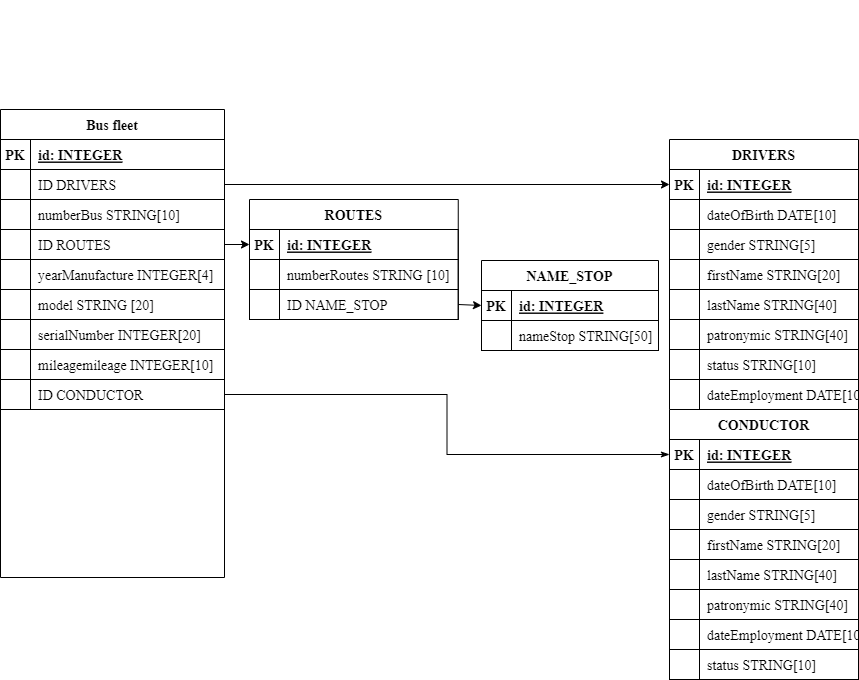
KvShe/Homework_1.db keeps this draw.io diagram as Homework_1.drawio.png. Above is the earlier version. Source tidied: cells renumbered, new cells last; positions are measured from the earlier drawing's top-left corner, leaving out a move shared by most shapes.
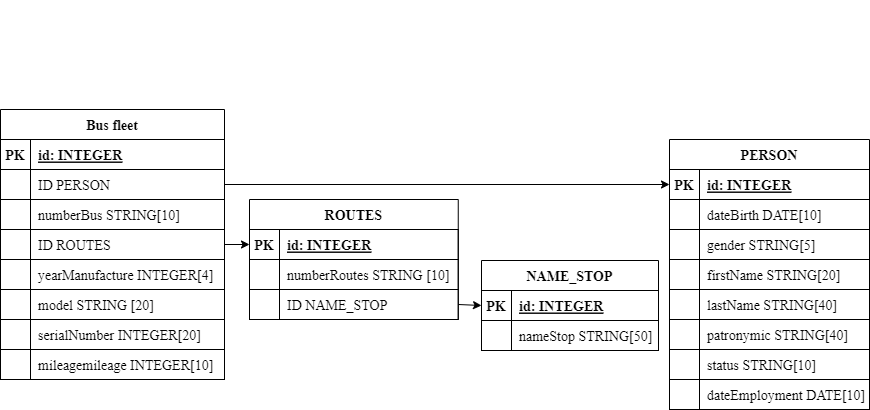
The same file after the commit.

Commit message:
changed the block diagram

Diff of the diagram source:
```diff
@@ -3,7 +3,7 @@
     <mxCell id="0" />
     <mxCell id="1" parent="0" />
     <mxCell id="2" value="Bus fleet" style="shape=table;startSize=30;rowLines=0;fontStyle=1;align=center;rounded=0;fontFamily=Times New Roman;fontSize=14;" parent="1" vertex="1">
-      <mxGeometry y="109" width="224" height="468" as="geometry" />
+      <mxGeometry y="109" width="224" height="270" as="geometry" />
     </mxCell>
     <mxCell id="3" style="shape=tableRow;horizontal=0;startSize=0;swimlaneHead=0;swimlaneBody=0;fillColor=none;top=0;left=0;right=0;bottom=1;rounded=0;fontFamily=Times New Roman;fontSize=14;" parent="2" vertex="1">
       <mxGeometry y="30" width="224" height="30" as="geometry" />
@@ -20,7 +20,7 @@
     <mxCell id="7" style="shape=partialRectangle;fillColor=none;top=0;left=0;bottom=0;right=0;overflow=hidden;rounded=0;fontFamily=Times New Roman;fontSize=14;" parent="6" vertex="1">
       <mxGeometry width="30" height="30" as="geometry" />
     </mxCell>
-    <mxCell id="8" value="ID DRIVERS" style="shape=partialRectangle;fillColor=none;top=0;left=0;bottom=0;right=0;align=left;spacingLeft=6;overflow=hidden;rounded=0;fontFamily=Times New Roman;fontSize=14;" parent="6" vertex="1">
+    <mxCell id="8" value="ID PERSON" style="shape=partialRectangle;fillColor=none;top=0;left=0;bottom=0;right=0;align=left;spacingLeft=6;overflow=hidden;rounded=0;fontFamily=Times New Roman;fontSize=14;" parent="6" vertex="1">
       <mxGeometry x="30" width="194" height="30" as="geometry" />
     </mxCell>
     <mxCell id="9" style="shape=tableRow;horizontal=0;startSize=0;swimlaneHead=0;swimlaneBody=0;fillColor=none;top=0;left=0;right=0;bottom=0;rounded=0;fontFamily=Times New Roman;fontSize=14;" parent="2" vertex="1">
@@ -77,171 +77,87 @@
     <mxCell id="26" value="mileagemileage INTEGER[10]" style="shape=partialRectangle;fillColor=none;top=0;left=0;bottom=0;right=0;align=left;spacingLeft=6;overflow=hidden;rounded=0;fontFamily=Times New Roman;fontSize=14;" parent="24" vertex="1">
       <mxGeometry x="30" width="194" height="30" as="geometry" />
     </mxCell>
-    <mxCell id="27" style="shape=tableRow;horizontal=0;startSize=0;swimlaneHead=0;swimlaneBody=0;fillColor=none;points=[[0,0.5],[1,0.5]];portConstraint=eastwest;top=0;left=0;right=0;bottom=0;rounded=0;fontFamily=Times New Roman;fontSize=14;" parent="2" vertex="1">
-      <mxGeometry y="270" width="224" height="30" as="geometry" />
-    </mxCell>
-    <mxCell id="28" style="shape=partialRectangle;fillColor=none;top=0;left=0;bottom=0;right=0;overflow=hidden;rounded=0;fontFamily=Times New Roman;fontSize=14;" parent="27" vertex="1">
-      <mxGeometry width="30" height="30" as="geometry" />
-    </mxCell>
-    <mxCell id="29" value="ID CONDUCTOR" style="shape=partialRectangle;fillColor=none;top=0;left=0;bottom=0;right=0;align=left;spacingLeft=6;overflow=hidden;rounded=0;fontFamily=Times New Roman;fontSize=14;" parent="27" vertex="1">
-      <mxGeometry x="30" width="194" height="30" as="geometry" />
-    </mxCell>
     <mxCell id="30" value="&lt;b id=&quot;docs-internal-guid-15a0fce8-7fff-61ca-ccd8-ccde42171840&quot; style=&quot;font-weight: normal ; font-size: 14px&quot;&gt;&lt;span style=&quot;font-size: 14px ; background-color: transparent ; font-weight: 400 ; font-style: normal ; font-variant: normal ; text-decoration: none ; vertical-align: baseline&quot;&gt;&lt;font color=&quot;#ffffff&quot;&gt;Составить таблицы для хранения информации об общественном транспорте. Можно на примере автобусов. Не нужно уходить сильно глубоко, попробуйте сначала сделать на уровне – у нас есть автобусы на разных маршрутах, у автобуса есть водитель, также в автобусе работает кондуктор. Глубже этого уровня пока лучше не уходить&lt;/font&gt;&lt;/span&gt;&lt;/b&gt;" style="text;whiteSpace=wrap;html=1;rounded=0;fontFamily=Times New Roman;fontSize=14;" parent="1" vertex="1">
       <mxGeometry width="550" height="90" as="geometry" />
     </mxCell>
-    <mxCell id="31" value="DRIVERS" style="shape=table;startSize=30;rowLines=0;fontStyle=1;align=center;rounded=0;fontFamily=Times New Roman;fontSize=14;" parent="1" vertex="1">
-      <mxGeometry x="669" y="139" width="189" height="270" as="geometry" />
+    <mxCell id="31" value="PERSON" style="shape=table;startSize=30;rowLines=0;fontStyle=1;align=center;rounded=0;fontFamily=Times New Roman;fontSize=14;" parent="1" vertex="1">
+      <mxGeometry x="669" y="139" width="200" height="270" as="geometry" />
     </mxCell>
     <mxCell id="32" style="shape=tableRow;horizontal=0;startSize=0;swimlaneHead=0;swimlaneBody=0;fillColor=none;points=[[0,0.5],[1,0.5]];portConstraint=eastwest;top=0;left=0;right=0;bottom=1;rounded=0;fontFamily=Times New Roman;fontSize=14;" parent="31" vertex="1">
-      <mxGeometry y="30" width="189" height="30" as="geometry" />
+      <mxGeometry y="30" width="200" height="30" as="geometry" />
     </mxCell>
     <mxCell id="33" value="PK" style="shape=partialRectangle;fillColor=none;top=0;left=0;bottom=0;right=0;fontStyle=1;overflow=hidden;rounded=0;fontFamily=Times New Roman;fontSize=14;" parent="32" vertex="1">
       <mxGeometry width="30" height="30" as="geometry" />
     </mxCell>
     <mxCell id="34" value="id: INTEGER" style="shape=partialRectangle;fillColor=none;top=0;left=0;bottom=0;right=0;align=left;spacingLeft=6;fontStyle=5;overflow=hidden;rounded=0;fontFamily=Times New Roman;fontSize=14;" parent="32" vertex="1">
-      <mxGeometry x="30" width="159" height="30" as="geometry" />
+      <mxGeometry x="30" width="170" height="30" as="geometry" />
     </mxCell>
     <mxCell id="35" style="shape=tableRow;horizontal=0;startSize=0;swimlaneHead=0;swimlaneBody=0;fillColor=none;top=0;left=0;right=0;bottom=0;rounded=0;fontFamily=Times New Roman;fontSize=14;" parent="31" vertex="1">
-      <mxGeometry y="60" width="189" height="30" as="geometry" />
+      <mxGeometry y="60" width="200" height="30" as="geometry" />
     </mxCell>
     <mxCell id="36" style="shape=partialRectangle;fillColor=none;top=0;left=0;bottom=0;right=0;overflow=hidden;rounded=0;fontFamily=Times New Roman;fontSize=14;" parent="35" vertex="1">
       <mxGeometry width="30" height="30" as="geometry" />
     </mxCell>
-    <mxCell id="37" value="dateOfBirth DATE[10]" style="shape=partialRectangle;fillColor=none;top=0;left=0;bottom=0;right=0;align=left;spacingLeft=6;overflow=hidden;rounded=0;fontFamily=Times New Roman;fontSize=14;" parent="35" vertex="1">
-      <mxGeometry x="30" width="159" height="30" as="geometry" />
+    <mxCell id="37" value="dateBirth DATE[10]" style="shape=partialRectangle;fillColor=none;top=0;left=0;bottom=0;right=0;align=left;spacingLeft=6;overflow=hidden;rounded=0;fontFamily=Times New Roman;fontSize=14;" parent="35" vertex="1">
+      <mxGeometry x="30" width="170" height="30" as="geometry" />
     </mxCell>
     <mxCell id="38" style="shape=tableRow;horizontal=0;startSize=0;swimlaneHead=0;swimlaneBody=0;fillColor=none;top=0;left=0;right=0;bottom=0;rounded=0;fontFamily=Times New Roman;fontSize=14;" parent="31" vertex="1">
-      <mxGeometry y="90" width="189" height="30" as="geometry" />
+      <mxGeometry y="90" width="200" height="30" as="geometry" />
     </mxCell>
     <mxCell id="39" style="shape=partialRectangle;fillColor=none;top=0;left=0;bottom=0;right=0;overflow=hidden;rounded=0;fontFamily=Times New Roman;fontSize=14;" parent="38" vertex="1">
       <mxGeometry width="30" height="30" as="geometry" />
     </mxCell>
     <mxCell id="40" value="gender STRING[5]" style="shape=partialRectangle;fillColor=none;top=0;left=0;bottom=0;right=0;align=left;spacingLeft=6;overflow=hidden;rounded=0;fontFamily=Times New Roman;fontSize=14;" parent="38" vertex="1">
-      <mxGeometry x="30" width="159" height="30" as="geometry" />
+      <mxGeometry x="30" width="170" height="30" as="geometry" />
     </mxCell>
     <mxCell id="41" style="shape=tableRow;horizontal=0;startSize=0;swimlaneHead=0;swimlaneBody=0;fillColor=none;top=0;left=0;right=0;bottom=0;rounded=0;fontFamily=Times New Roman;fontSize=14;" parent="31" vertex="1">
-      <mxGeometry y="120" width="189" height="30" as="geometry" />
+      <mxGeometry y="120" width="200" height="30" as="geometry" />
     </mxCell>
     <mxCell id="42" style="shape=partialRectangle;fillColor=none;top=0;left=0;bottom=0;right=0;overflow=hidden;rounded=0;fontFamily=Times New Roman;fontSize=14;" parent="41" vertex="1">
       <mxGeometry width="30" height="30" as="geometry" />
     </mxCell>
     <mxCell id="43" value="firstName STRING[20]" style="shape=partialRectangle;fillColor=none;top=0;left=0;bottom=0;right=0;align=left;spacingLeft=6;overflow=hidden;rounded=0;fontFamily=Times New Roman;fontSize=14;" parent="41" vertex="1">
-      <mxGeometry x="30" width="159" height="30" as="geometry" />
+      <mxGeometry x="30" width="170" height="30" as="geometry" />
     </mxCell>
     <mxCell id="44" style="shape=tableRow;horizontal=0;startSize=0;swimlaneHead=0;swimlaneBody=0;fillColor=none;top=0;left=0;right=0;bottom=0;rounded=0;fontFamily=Times New Roman;fontSize=14;" parent="31" vertex="1">
-      <mxGeometry y="150" width="189" height="30" as="geometry" />
+      <mxGeometry y="150" width="200" height="30" as="geometry" />
     </mxCell>
     <mxCell id="45" style="shape=partialRectangle;fillColor=none;top=0;left=0;bottom=0;right=0;overflow=hidden;rounded=0;fontFamily=Times New Roman;fontSize=14;" parent="44" vertex="1">
       <mxGeometry width="30" height="30" as="geometry" />
     </mxCell>
     <mxCell id="46" value="lastName STRING[40]" style="shape=partialRectangle;fillColor=none;top=0;left=0;bottom=0;right=0;align=left;spacingLeft=6;overflow=hidden;rounded=0;fontFamily=Times New Roman;fontSize=14;" parent="44" vertex="1">
-      <mxGeometry x="30" width="159" height="30" as="geometry" />
+      <mxGeometry x="30" width="170" height="30" as="geometry" />
     </mxCell>
     <mxCell id="47" style="shape=tableRow;horizontal=0;startSize=0;swimlaneHead=0;swimlaneBody=0;fillColor=none;top=0;left=0;right=0;bottom=0;rounded=0;fontFamily=Times New Roman;fontSize=14;" parent="31" vertex="1">
-      <mxGeometry y="180" width="189" height="30" as="geometry" />
+      <mxGeometry y="180" width="200" height="30" as="geometry" />
     </mxCell>
     <mxCell id="48" style="shape=partialRectangle;fillColor=none;top=0;left=0;bottom=0;right=0;overflow=hidden;rounded=0;fontFamily=Times New Roman;fontSize=14;" parent="47" vertex="1">
       <mxGeometry width="30" height="30" as="geometry" />
     </mxCell>
     <mxCell id="49" value="patronymic STRING[40]" style="shape=partialRectangle;fillColor=none;top=0;left=0;bottom=0;right=0;align=left;spacingLeft=6;overflow=hidden;rounded=0;fontFamily=Times New Roman;fontSize=14;" parent="47" vertex="1">
-      <mxGeometry x="30" width="159" height="30" as="geometry" />
+      <mxGeometry x="30" width="170" height="30" as="geometry" />
     </mxCell>
     <mxCell id="50" style="shape=tableRow;horizontal=0;startSize=0;swimlaneHead=0;swimlaneBody=0;fillColor=none;top=0;left=0;right=0;bottom=0;rounded=0;fontFamily=Times New Roman;fontSize=14;" parent="31" vertex="1">
-      <mxGeometry y="210" width="189" height="30" as="geometry" />
+      <mxGeometry y="210" width="200" height="30" as="geometry" />
     </mxCell>
     <mxCell id="51" style="shape=partialRectangle;fillColor=none;top=0;left=0;bottom=0;right=0;overflow=hidden;rounded=0;fontFamily=Times New Roman;fontSize=14;" parent="50" vertex="1">
       <mxGeometry width="30" height="30" as="geometry" />
     </mxCell>
     <mxCell id="52" value="status STRING[10]" style="shape=partialRectangle;fillColor=none;top=0;left=0;bottom=0;right=0;align=left;spacingLeft=6;overflow=hidden;rounded=0;fontFamily=Times New Roman;fontSize=14;" parent="50" vertex="1">
-      <mxGeometry x="30" width="159" height="30" as="geometry" />
+      <mxGeometry x="30" width="170" height="30" as="geometry" />
     </mxCell>
     <mxCell id="53" style="shape=tableRow;horizontal=0;startSize=0;swimlaneHead=0;swimlaneBody=0;fillColor=none;top=0;left=0;right=0;bottom=0;rounded=0;fontFamily=Times New Roman;fontSize=14;" parent="31" vertex="1">
-      <mxGeometry y="240" width="189" height="30" as="geometry" />
+      <mxGeometry y="240" width="200" height="30" as="geometry" />
     </mxCell>
     <mxCell id="54" style="shape=partialRectangle;fillColor=none;top=0;left=0;bottom=0;right=0;overflow=hidden;rounded=0;fontFamily=Times New Roman;fontSize=14;" parent="53" vertex="1">
       <mxGeometry width="30" height="30" as="geometry" />
     </mxCell>
     <mxCell id="55" value="dateEmployment DATE[10]" style="shape=partialRectangle;fillColor=none;top=0;left=0;bottom=0;right=0;align=left;spacingLeft=6;overflow=hidden;rounded=0;fontFamily=Times New Roman;fontSize=14;" parent="53" vertex="1">
-      <mxGeometry x="30" width="159" height="30" as="geometry" />
+      <mxGeometry x="30" width="170" height="30" as="geometry" />
     </mxCell>
     <mxCell id="56" style="shape=partialRectangle;fillColor=none;top=0;left=0;bottom=0;right=0;overflow=hidden;rounded=0;fontFamily=Times New Roman;fontSize=14;" parent="1" vertex="1">
       <mxGeometry y="260" width="30" height="30" as="geometry" />
     </mxCell>
-    <mxCell id="57" value="CONDUCTOR" style="shape=table;startSize=30;rowLines=0;fontStyle=1;align=center;rounded=0;fontFamily=Times New Roman;fontSize=14;" parent="1" vertex="1">
-      <mxGeometry x="669" y="409" width="189" height="270" as="geometry" />
-    </mxCell>
-    <mxCell id="58" style="shape=tableRow;horizontal=0;startSize=0;swimlaneHead=0;swimlaneBody=0;fillColor=none;points=[[0,0.5],[1,0.5]];portConstraint=eastwest;top=0;left=0;right=0;bottom=1;rounded=0;fontFamily=Times New Roman;fontSize=14;" parent="57" vertex="1">
-      <mxGeometry y="30" width="189" height="30" as="geometry" />
-    </mxCell>
-    <mxCell id="59" value="PK" style="shape=partialRectangle;fillColor=none;top=0;left=0;bottom=0;right=0;fontStyle=1;overflow=hidden;rounded=0;fontFamily=Times New Roman;fontSize=14;" parent="58" vertex="1">
-      <mxGeometry width="30" height="30" as="geometry" />
-    </mxCell>
-    <mxCell id="60" value="id: INTEGER" style="shape=partialRectangle;fillColor=none;top=0;left=0;bottom=0;right=0;align=left;spacingLeft=6;fontStyle=5;overflow=hidden;rounded=0;fontFamily=Times New Roman;fontSize=14;" parent="58" vertex="1">
-      <mxGeometry x="30" width="159" height="30" as="geometry" />
-    </mxCell>
-    <mxCell id="61" style="shape=tableRow;horizontal=0;startSize=0;swimlaneHead=0;swimlaneBody=0;fillColor=none;top=0;left=0;right=0;bottom=0;rounded=0;fontFamily=Times New Roman;fontSize=14;" parent="57" vertex="1">
-      <mxGeometry y="60" width="189" height="30" as="geometry" />
-    </mxCell>
-    <mxCell id="62" style="shape=partialRectangle;fillColor=none;top=0;left=0;bottom=0;right=0;overflow=hidden;rounded=0;fontFamily=Times New Roman;fontSize=14;" parent="61" vertex="1">
-      <mxGeometry width="30" height="30" as="geometry" />
-    </mxCell>
-    <mxCell id="63" value="dateOfBirth DATE[10]" style="shape=partialRectangle;fillColor=none;top=0;left=0;bottom=0;right=0;align=left;spacingLeft=6;overflow=hidden;rounded=0;fontFamily=Times New Roman;fontSize=14;" parent="61" vertex="1">
-      <mxGeometry x="30" width="159" height="30" as="geometry" />
-    </mxCell>
-    <mxCell id="64" style="shape=tableRow;horizontal=0;startSize=0;swimlaneHead=0;swimlaneBody=0;fillColor=none;top=0;left=0;right=0;bottom=0;rounded=0;fontFamily=Times New Roman;fontSize=14;" parent="57" vertex="1">
-      <mxGeometry y="90" width="189" height="30" as="geometry" />
-    </mxCell>
-    <mxCell id="65" style="shape=partialRectangle;fillColor=none;top=0;left=0;bottom=0;right=0;overflow=hidden;rounded=0;fontFamily=Times New Roman;fontSize=14;" parent="64" vertex="1">
-      <mxGeometry width="30" height="30" as="geometry" />
-    </mxCell>
-    <mxCell id="66" value="gender STRING[5]" style="shape=partialRectangle;fillColor=none;top=0;left=0;bottom=0;right=0;align=left;spacingLeft=6;overflow=hidden;rounded=0;fontFamily=Times New Roman;fontSize=14;" parent="64" vertex="1">
-      <mxGeometry x="30" width="159" height="30" as="geometry" />
-    </mxCell>
-    <mxCell id="67" style="shape=tableRow;horizontal=0;startSize=0;swimlaneHead=0;swimlaneBody=0;fillColor=none;top=0;left=0;right=0;bottom=0;rounded=0;fontFamily=Times New Roman;fontSize=14;" parent="57" vertex="1">
-      <mxGeometry y="120" width="189" height="30" as="geometry" />
-    </mxCell>
-    <mxCell id="68" style="shape=partialRectangle;fillColor=none;top=0;left=0;bottom=0;right=0;overflow=hidden;rounded=0;fontFamily=Times New Roman;fontSize=14;" parent="67" vertex="1">
-      <mxGeometry width="30" height="30" as="geometry" />
-    </mxCell>
-    <mxCell id="69" value="firstName STRING[20]" style="shape=partialRectangle;fillColor=none;top=0;left=0;bottom=0;right=0;align=left;spacingLeft=6;overflow=hidden;rounded=0;fontFamily=Times New Roman;fontSize=14;" parent="67" vertex="1">
-      <mxGeometry x="30" width="159" height="30" as="geometry" />
-    </mxCell>
-    <mxCell id="70" style="shape=tableRow;horizontal=0;startSize=0;swimlaneHead=0;swimlaneBody=0;fillColor=none;top=0;left=0;right=0;bottom=0;rounded=0;fontFamily=Times New Roman;fontSize=14;" parent="57" vertex="1">
-      <mxGeometry y="150" width="189" height="30" as="geometry" />
-    </mxCell>
-    <mxCell id="71" style="shape=partialRectangle;fillColor=none;top=0;left=0;bottom=0;right=0;overflow=hidden;rounded=0;fontFamily=Times New Roman;fontSize=14;" parent="70" vertex="1">
-      <mxGeometry width="30" height="30" as="geometry" />
-    </mxCell>
-    <mxCell id="72" value="lastName STRING[40]" style="shape=partialRectangle;fillColor=none;top=0;left=0;bottom=0;right=0;align=left;spacingLeft=6;overflow=hidden;rounded=0;fontFamily=Times New Roman;fontSize=14;" parent="70" vertex="1">
-      <mxGeometry x="30" width="159" height="30" as="geometry" />
-    </mxCell>
-    <mxCell id="73" style="shape=tableRow;horizontal=0;startSize=0;swimlaneHead=0;swimlaneBody=0;fillColor=none;top=0;left=0;right=0;bottom=0;rounded=0;fontFamily=Times New Roman;fontSize=14;" parent="57" vertex="1">
-      <mxGeometry y="180" width="189" height="30" as="geometry" />
-    </mxCell>
-    <mxCell id="74" style="shape=partialRectangle;fillColor=none;top=0;left=0;bottom=0;right=0;overflow=hidden;rounded=0;fontFamily=Times New Roman;fontSize=14;" parent="73" vertex="1">
-      <mxGeometry width="30" height="30" as="geometry" />
-    </mxCell>
-    <mxCell id="75" value="patronymic STRING[40]" style="shape=partialRectangle;fillColor=none;top=0;left=0;bottom=0;right=0;align=left;spacingLeft=6;overflow=hidden;rounded=0;fontFamily=Times New Roman;fontSize=14;" parent="73" vertex="1">
-      <mxGeometry x="30" width="159" height="30" as="geometry" />
-    </mxCell>
-    <mxCell id="76" style="shape=tableRow;horizontal=0;startSize=0;swimlaneHead=0;swimlaneBody=0;fillColor=none;top=0;left=0;right=0;bottom=0;rounded=0;fontFamily=Times New Roman;fontSize=14;" parent="57" vertex="1">
-      <mxGeometry y="210" width="189" height="30" as="geometry" />
-    </mxCell>
-    <mxCell id="77" style="shape=partialRectangle;fillColor=none;top=0;left=0;bottom=0;right=0;overflow=hidden;rounded=0;fontFamily=Times New Roman;fontSize=14;" parent="76" vertex="1">
-      <mxGeometry width="30" height="30" as="geometry" />
-    </mxCell>
-    <mxCell id="78" value="dateEmployment DATE[10]" style="shape=partialRectangle;fillColor=none;top=0;left=0;bottom=0;right=0;align=left;spacingLeft=6;overflow=hidden;rounded=0;fontFamily=Times New Roman;fontSize=14;" parent="76" vertex="1">
-      <mxGeometry x="30" width="159" height="30" as="geometry" />
-    </mxCell>
-    <mxCell id="79" style="shape=tableRow;horizontal=0;startSize=0;swimlaneHead=0;swimlaneBody=0;fillColor=none;top=0;left=0;right=0;bottom=0;rounded=0;fontFamily=Times New Roman;fontSize=14;" parent="57" vertex="1">
-      <mxGeometry y="240" width="189" height="30" as="geometry" />
-    </mxCell>
-    <mxCell id="80" style="shape=partialRectangle;fillColor=none;top=0;left=0;bottom=0;right=0;overflow=hidden;rounded=0;fontFamily=Times New Roman;fontSize=14;" parent="79" vertex="1">
-      <mxGeometry width="30" height="30" as="geometry" />
-    </mxCell>
-    <mxCell id="81" value="status STRING[10]" style="shape=partialRectangle;fillColor=none;top=0;left=0;bottom=0;right=0;align=left;spacingLeft=6;overflow=hidden;rounded=0;fontFamily=Times New Roman;fontSize=14;" parent="79" vertex="1">
-      <mxGeometry x="30" width="159" height="30" as="geometry" />
-    </mxCell>
     <mxCell id="82" value="ROUTES" style="shape=table;startSize=30;rowLines=0;fontStyle=1;align=center;rounded=0;fontFamily=Times New Roman;fontSize=14;" parent="1" vertex="1">
       <mxGeometry x="249" y="199" width="208.8" height="120" as="geometry" />
     </mxCell>
@@ -293,9 +209,6 @@
     <mxCell id="98" value="nameStop STRING[50]" style="shape=partialRectangle;fillColor=none;top=0;left=0;bottom=0;right=0;align=left;spacingLeft=6;overflow=hidden;rounded=0;fontFamily=Times New Roman;fontSize=14;" parent="96" vertex="1">
       <mxGeometry x="30" width="147" height="30" as="geometry" />
     </mxCell>
-    <mxCell id="99" style="edgeStyle=orthogonalEdgeStyle;rounded=0;jettySize=auto;html=1;entryX=0;entryY=0.5;entryDx=0;entryDy=0;fontFamily=Times New Roman;fontSize=14;endArrow=classicThin;endFill=1;" parent="1" edge="1" source="27" target="58">
-      <mxGeometry relative="1" as="geometry" />
-    </mxCell>
     <mxCell id="100" style="edgeStyle=none;html=1;exitX=1;exitY=0.5;exitDx=0;exitDy=0;entryX=0;entryY=0.5;entryDx=0;entryDy=0;fontColor=#FFFFFF;" parent="1" edge="1" source="89" target="93">
       <mxGeometry relative="1" as="geometry" />
     </mxCell>
```
